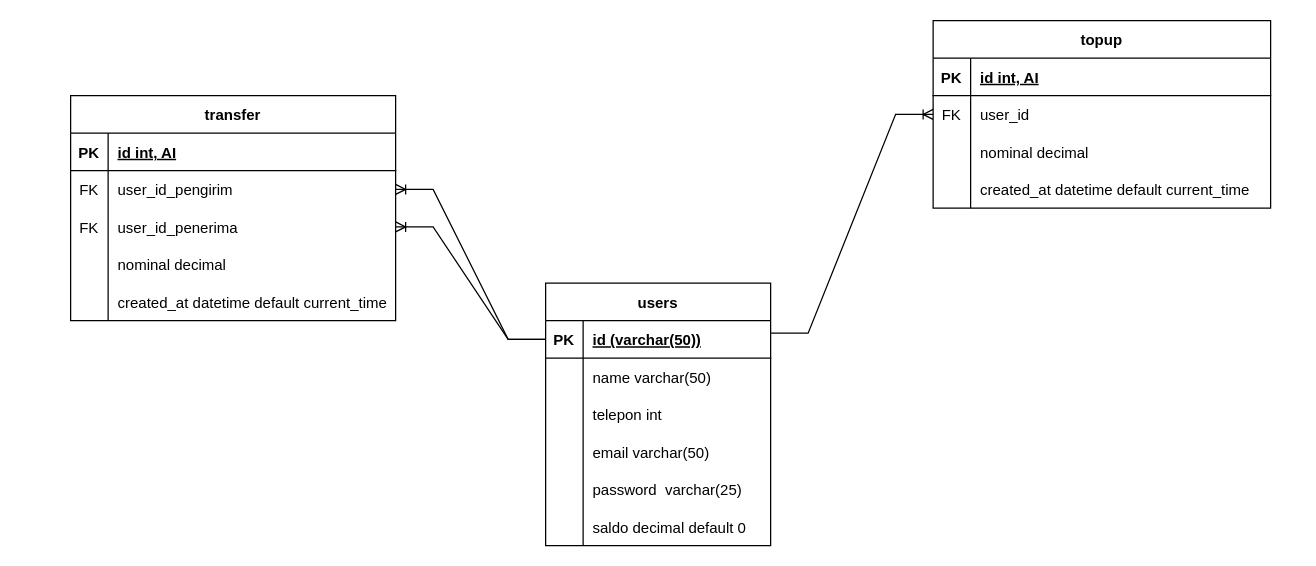
This is ERD.drawio from ALTA-BE15-IdaKusumawati/ALTA-kel3-account-service-app-project, a draw.io file, before an edit. Source tidied: cells renumbered, new cells numbered last; positions are measured from the earlier drawing's top-left corner, leaving out a move shared by most shapes. Both pictures are drawn from the tidied source at 125%, with x=0, y=0 at pixel (70, 20).
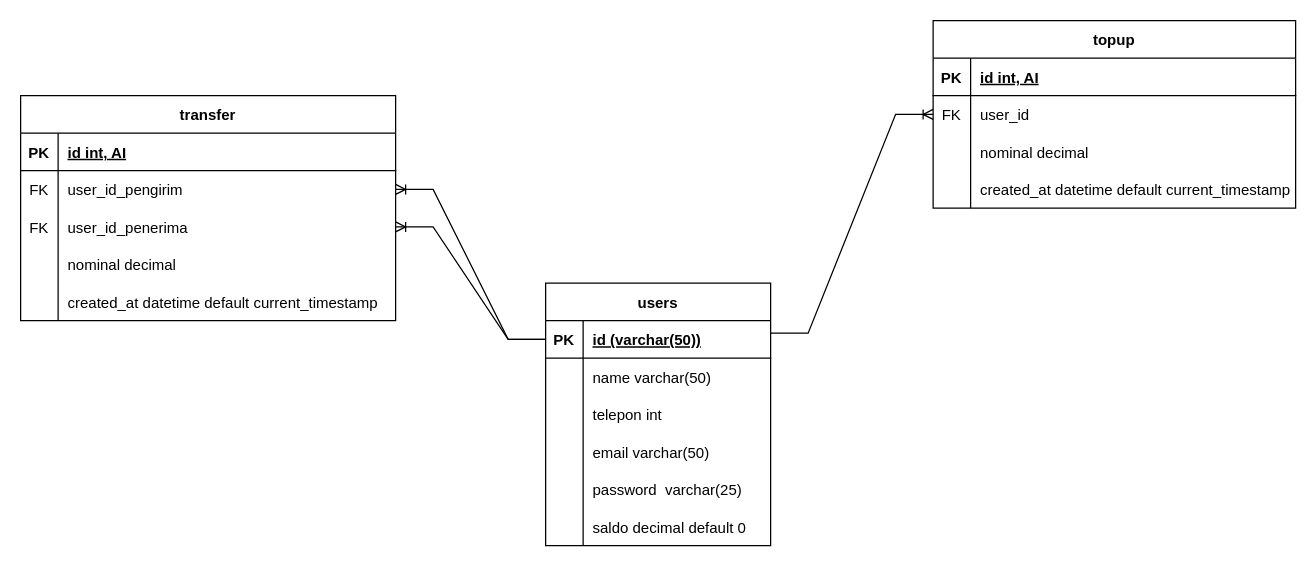
The same page after the edit.

Commit message (it also covers changes not shown here):
update ERD memasukkan saldo ke tabel users

What changed in the source:
```diff
@@
     <mxCell id="21" value="topup" style="shape=table;startSize=30;childLayout=tableLayout;rowLines=0;fontStyle=1;align=center;" parent="1" vertex="1">
-      <mxGeometry x="690" width="270" height="150" as="geometry" />
+      <mxGeometry x="690" width="290" height="150" as="geometry" />
     </mxCell>
     <mxCell id="22" style="shape=tableRow;horizontal=0;startSize=0;swimlaneHead=0;swimlaneBody=0;fillColor=none;top=0;left=0;right=0;bottom=1;" parent="21" vertex="1">
-      <mxGeometry y="30" width="270" height="30" as="geometry" />
+      <mxGeometry y="30" width="290" height="30" as="geometry" />
     </mxCell>
@@
     <mxCell id="24" value="id int, AI" style="shape=partialRectangle;fillColor=none;top=0;left=0;bottom=0;right=0;align=left;spacingLeft=6;fontStyle=5;overflow=hidden;" parent="22" vertex="1">
-      <mxGeometry x="30" width="240" height="30" as="geometry" />
+      <mxGeometry x="30" width="260" height="30" as="geometry" />
     </mxCell>
     <mxCell id="25" style="shape=tableRow;horizontal=0;startSize=0;swimlaneHead=0;swimlaneBody=0;fillColor=none;points=[[0,0.5],[1,0.5]];portConstraint=eastwest;top=0;left=0;right=0;bottom=0;" parent="21" vertex="1">
-      <mxGeometry y="60" width="270" height="30" as="geometry" />
+      <mxGeometry y="60" width="290" height="30" as="geometry" />
     </mxCell>
@@
     <mxCell id="27" value="user_id" style="shape=partialRectangle;fillColor=none;top=0;left=0;bottom=0;right=0;align=left;spacingLeft=6;overflow=hidden;" parent="25" vertex="1">
-      <mxGeometry x="30" width="240" height="30" as="geometry" />
+      <mxGeometry x="30" width="260" height="30" as="geometry" />
     </mxCell>
     <mxCell id="28" style="shape=tableRow;horizontal=0;startSize=0;swimlaneHead=0;swimlaneBody=0;fillColor=none;top=0;left=0;right=0;bottom=0;" parent="21" vertex="1">
-      <mxGeometry y="90" width="270" height="30" as="geometry" />
+      <mxGeometry y="90" width="290" height="30" as="geometry" />
     </mxCell>
@@
     <mxCell id="30" value="nominal decimal" style="shape=partialRectangle;fillColor=none;top=0;left=0;bottom=0;right=0;align=left;spacingLeft=6;overflow=hidden;" parent="28" vertex="1">
-      <mxGeometry x="30" width="240" height="30" as="geometry" />
+      <mxGeometry x="30" width="260" height="30" as="geometry" />
     </mxCell>
     <mxCell id="31" style="shape=tableRow;horizontal=0;startSize=0;swimlaneHead=0;swimlaneBody=0;fillColor=none;top=0;left=0;right=0;bottom=0;" parent="21" vertex="1">
-      <mxGeometry y="120" width="270" height="30" as="geometry" />
+      <mxGeometry y="120" width="290" height="30" as="geometry" />
     </mxCell>
@@
-    <mxCell id="33" value="created_at datetime default current_time" style="shape=partialRectangle;fillColor=none;top=0;left=0;bottom=0;right=0;align=left;spacingLeft=6;overflow=hidden;" parent="31" vertex="1">
-      <mxGeometry x="30" width="240" height="30" as="geometry" />
+    <mxCell id="33" value="created_at datetime default current_timestamp" style="shape=partialRectangle;fillColor=none;top=0;left=0;bottom=0;right=0;align=left;spacingLeft=6;overflow=hidden;" parent="31" vertex="1">
+      <mxGeometry x="30" width="260" height="30" as="geometry" />
     </mxCell>
     <mxCell id="34" value="transfer" style="shape=table;startSize=30;childLayout=tableLayout;rowLines=0;fontStyle=1;align=center;" parent="1" vertex="1">
-      <mxGeometry y="60" width="260" height="180" as="geometry" />
+      <mxGeometry x="-40" y="60" width="300" height="180" as="geometry" />
     </mxCell>
     <mxCell id="35" style="shape=tableRow;horizontal=0;startSize=0;swimlaneHead=0;swimlaneBody=0;fillColor=none;top=0;left=0;right=0;bottom=1;" parent="34" vertex="1">
-      <mxGeometry y="30" width="260" height="30" as="geometry" />
+      <mxGeometry y="30" width="300" height="30" as="geometry" />
     </mxCell>
@@
     <mxCell id="37" value="id int, AI" style="shape=partialRectangle;fillColor=none;top=0;left=0;bottom=0;right=0;align=left;spacingLeft=6;fontStyle=5;overflow=hidden;" parent="35" vertex="1">
-      <mxGeometry x="30" width="230" height="30" as="geometry" />
+      <mxGeometry x="30" width="270" height="30" as="geometry" />
     </mxCell>
     <mxCell id="38" style="shape=tableRow;horizontal=0;startSize=0;swimlaneHead=0;swimlaneBody=0;fillColor=none;points=[[0,0.5],[1,0.5]];portConstraint=eastwest;top=0;left=0;right=0;bottom=0;" parent="34" vertex="1">
-      <mxGeometry y="60" width="260" height="30" as="geometry" />
+      <mxGeometry y="60" width="300" height="30" as="geometry" />
     </mxCell>
@@
     <mxCell id="40" value="user_id_pengirim" style="shape=partialRectangle;fillColor=none;top=0;left=0;bottom=0;right=0;align=left;spacingLeft=6;overflow=hidden;" parent="38" vertex="1">
-      <mxGeometry x="30" width="230" height="30" as="geometry" />
+      <mxGeometry x="30" width="270" height="30" as="geometry" />
     </mxCell>
     <mxCell id="41" style="shape=tableRow;horizontal=0;startSize=0;swimlaneHead=0;swimlaneBody=0;fillColor=none;points=[[0,0.5],[1,0.5]];portConstraint=eastwest;top=0;left=0;right=0;bottom=0;" parent="34" vertex="1">
-      <mxGeometry y="90" width="260" height="30" as="geometry" />
+      <mxGeometry y="90" width="300" height="30" as="geometry" />
     </mxCell>
@@
     <mxCell id="43" value="user_id_penerima" style="shape=partialRectangle;fillColor=none;top=0;left=0;bottom=0;right=0;align=left;spacingLeft=6;overflow=hidden;" parent="41" vertex="1">
-      <mxGeometry x="30" width="230" height="30" as="geometry" />
+      <mxGeometry x="30" width="270" height="30" as="geometry" />
     </mxCell>
     <mxCell id="44" style="shape=tableRow;horizontal=0;startSize=0;swimlaneHead=0;swimlaneBody=0;fillColor=none;top=0;left=0;right=0;bottom=0;" parent="34" vertex="1">
-      <mxGeometry y="120" width="260" height="30" as="geometry" />
+      <mxGeometry y="120" width="300" height="30" as="geometry" />
     </mxCell>
@@
     <mxCell id="46" value="nominal decimal" style="shape=partialRectangle;fillColor=none;top=0;left=0;bottom=0;right=0;align=left;spacingLeft=6;overflow=hidden;" parent="44" vertex="1">
-      <mxGeometry x="30" width="230" height="30" as="geometry" />
+      <mxGeometry x="30" width="270" height="30" as="geometry" />
     </mxCell>
     <mxCell id="47" style="shape=tableRow;horizontal=0;startSize=0;swimlaneHead=0;swimlaneBody=0;fillColor=none;top=0;left=0;right=0;bottom=0;" parent="34" vertex="1">
-      <mxGeometry y="150" width="260" height="30" as="geometry" />
+      <mxGeometry y="150" width="300" height="30" as="geometry" />
     </mxCell>
@@
-    <mxCell id="49" value="created_at datetime default current_time" style="shape=partialRectangle;fillColor=none;top=0;left=0;bottom=0;right=0;align=left;spacingLeft=6;overflow=hidden;" parent="47" vertex="1">
-      <mxGeometry x="30" width="230" height="30" as="geometry" />
+    <mxCell id="49" value="created_at datetime default current_timestamp" style="shape=partialRectangle;fillColor=none;top=0;left=0;bottom=0;right=0;align=left;spacingLeft=6;overflow=hidden;" parent="47" vertex="1">
+      <mxGeometry x="30" width="270" height="30" as="geometry" />
     </mxCell>
```
